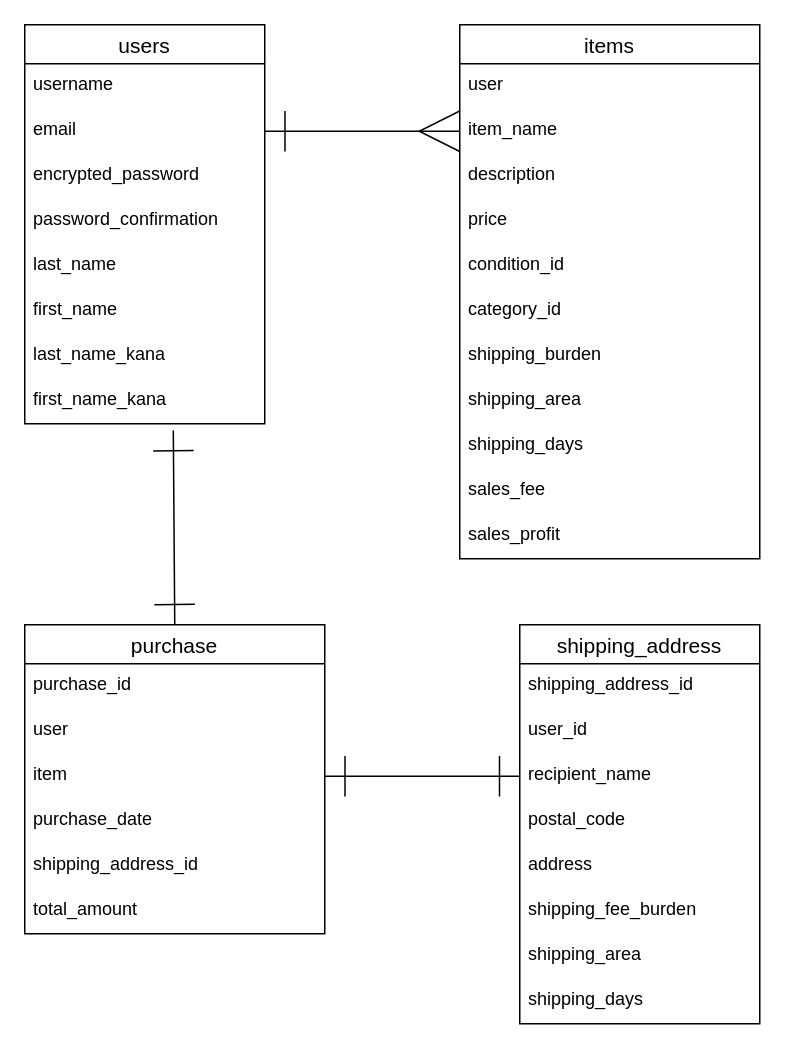
This is test.dio from kny19/furima2-39639, a draw.io file, before an edit. Source tidied: cells renumbered, new cells numbered last; positions are measured from the earlier drawing's top-left corner, leaving out a move shared by most shapes. Both pictures are drawn from the tidied source at 150%, with x=0, y=0 at pixel (24, 24).
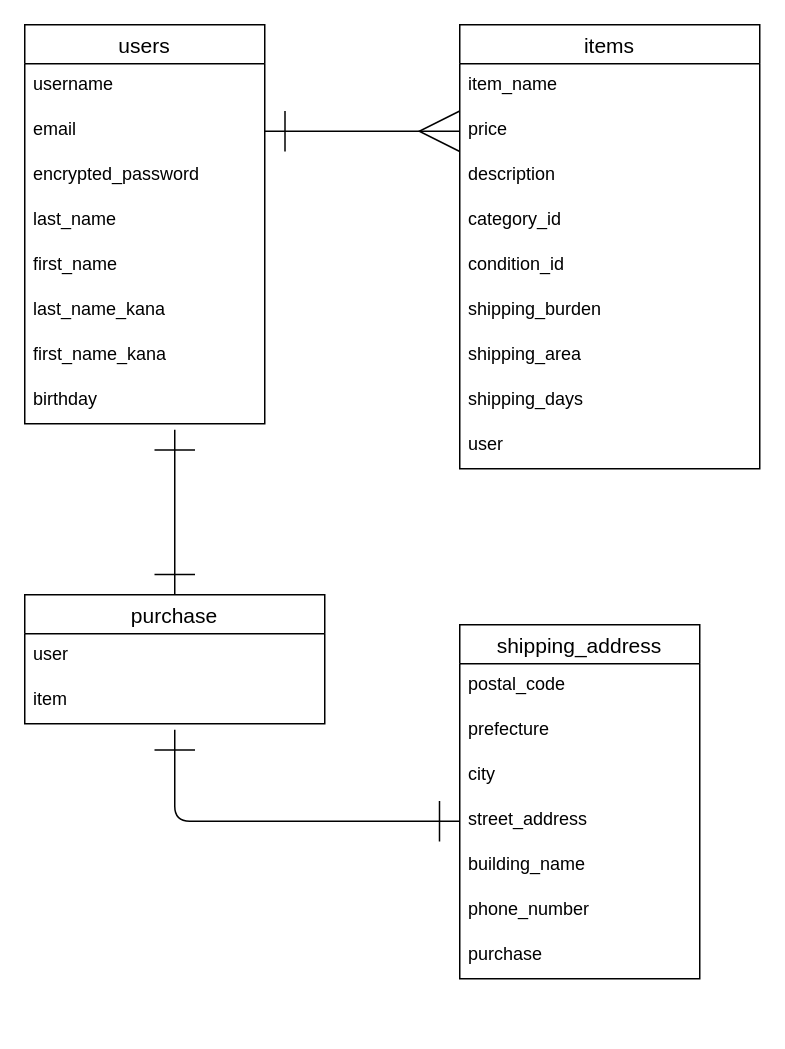
Above is the later version.

The change refers to these unchanged cells:
```xml
<mxCell id="2" value="users" style="swimlane;fontStyle=0;horizontal=1;startSize=26;align=center;fontSize=14;" parent="1" vertex="1">
  <mxGeometry width="160" height="266" as="geometry" />
</mxCell>
```

What changed in the source:
```diff
@@
-    <mxCell id="6" value="password_confirmation" style="text;strokeColor=none;fillColor=none;spacingLeft=4;spacingRight=4;overflow=hidden;fontSize=12;" parent="2" vertex="1">
-      <mxGeometry y="116" width="160" height="30" as="geometry" />
-    </mxCell>
     <mxCell id="7" value="last_name" style="text;strokeColor=none;fillColor=none;spacingLeft=4;spacingRight=4;overflow=hidden;fontSize=12;" parent="2" vertex="1">
-      <mxGeometry y="146" width="160" height="30" as="geometry" />
+      <mxGeometry y="116" width="160" height="30" as="geometry" />
     </mxCell>
     <mxCell id="8" value="first_name" style="text;strokeColor=none;fillColor=none;spacingLeft=4;spacingRight=4;overflow=hidden;fontSize=12;" parent="2" vertex="1">
-      <mxGeometry y="176" width="160" height="30" as="geometry" />
+      <mxGeometry y="146" width="160" height="30" as="geometry" />
     </mxCell>
     <mxCell id="9" value="last_name_kana" style="text;strokeColor=none;fillColor=none;spacingLeft=4;spacingRight=4;overflow=hidden;fontSize=12;" parent="2" vertex="1">
-      <mxGeometry y="206" width="160" height="30" as="geometry" />
+      <mxGeometry y="176" width="160" height="30" as="geometry" />
     </mxCell>
     <mxCell id="10" value="first_name_kana" style="text;strokeColor=none;fillColor=none;spacingLeft=4;spacingRight=4;overflow=hidden;points=[[0,0.5],[1,0.5]];portConstraint=eastwest;fontSize=12;" parent="2" vertex="1">
-      <mxGeometry y="236" width="160" height="30" as="geometry" />
+      <mxGeometry y="206" width="160" height="30" as="geometry" />
     </mxCell>
+    <mxCell id="42" value="birthday" style="text;strokeColor=none;fillColor=none;spacingLeft=4;spacingRight=4;overflow=hidden;fontSize=12;" parent="2" vertex="1">
+      <mxGeometry y="236" width="160" height="30" as="geometry" />
+    </mxCell>
     <mxCell id="11" value="items" style="swimlane;fontStyle=0;horizontal=1;startSize=26;align=center;fontSize=14;" parent="1" vertex="1">
-      <mxGeometry x="290" width="200" height="356" as="geometry" />
+      <mxGeometry x="290" width="200" height="296" as="geometry" />
     </mxCell>
-    <mxCell id="12" value="user" style="text;strokeColor=none;fillColor=none;spacingLeft=4;spacingRight=4;overflow=hidden;fontSize=12;" parent="11" vertex="1">
+    <mxCell id="12" value="item_name" style="text;strokeColor=none;fillColor=none;spacingLeft=4;spacingRight=4;overflow=hidden;fontSize=12;" parent="11" vertex="1">
       <mxGeometry y="26" width="200" height="30" as="geometry" />
     </mxCell>
-    <mxCell id="13" value="item_name" style="text;strokeColor=none;fillColor=none;spacingLeft=4;spacingRight=4;overflow=hidden;points=[[0,0.5],[1,0.5]];portConstraint=eastwest;fontSize=12;" parent="11" vertex="1">
+    <mxCell id="13" value="price" style="text;strokeColor=none;fillColor=none;spacingLeft=4;spacingRight=4;overflow=hidden;points=[[0,0.5],[1,0.5]];portConstraint=eastwest;fontSize=12;" parent="11" vertex="1">
       <mxGeometry y="56" width="200" height="30" as="geometry" />
     </mxCell>
@@
-    <mxCell id="15" value="price" style="text;strokeColor=none;fillColor=none;spacingLeft=4;spacingRight=4;overflow=hidden;fontSize=12;" parent="11" vertex="1">
+    <mxCell id="15" value="category_id" style="text;strokeColor=none;fillColor=none;spacingLeft=4;spacingRight=4;overflow=hidden;fontSize=12;" parent="11" vertex="1">
       <mxGeometry y="116" width="200" height="30" as="geometry" />
     </mxCell>
@@
-    <mxCell id="17" value="category_id" style="text;strokeColor=none;fillColor=none;spacingLeft=4;spacingRight=4;overflow=hidden;fontSize=12;" parent="11" vertex="1">
-      <mxGeometry y="176" width="200" height="30" as="geometry" />
-    </mxCell>
     <mxCell id="18" value="shipping_burden" style="text;strokeColor=none;fillColor=none;spacingLeft=4;spacingRight=4;overflow=hidden;fontSize=12;" parent="11" vertex="1">
-      <mxGeometry y="206" width="200" height="30" as="geometry" />
+      <mxGeometry y="176" width="200" height="30" as="geometry" />
     </mxCell>
     <mxCell id="19" value="shipping_area" style="text;strokeColor=none;fillColor=none;spacingLeft=4;spacingRight=4;overflow=hidden;fontSize=12;" parent="11" vertex="1">
-      <mxGeometry y="236" width="200" height="30" as="geometry" />
+      <mxGeometry y="206" width="200" height="30" as="geometry" />
     </mxCell>
     <mxCell id="20" value="shipping_days" style="text;strokeColor=none;fillColor=none;spacingLeft=4;spacingRight=4;overflow=hidden;fontSize=12;" parent="11" vertex="1">
-      <mxGeometry y="266" width="200" height="30" as="geometry" />
+      <mxGeometry y="236" width="200" height="30" as="geometry" />
     </mxCell>
-    <mxCell id="21" value="sales_fee" style="text;strokeColor=none;fillColor=none;spacingLeft=4;spacingRight=4;overflow=hidden;fontSize=12;" parent="11" vertex="1">
-      <mxGeometry y="296" width="200" height="30" as="geometry" />
+    <mxCell id="21" value="user" style="text;strokeColor=none;fillColor=none;spacingLeft=4;spacingRight=4;overflow=hidden;fontSize=12;" parent="11" vertex="1">
+      <mxGeometry y="266" width="200" height="30" as="geometry" />
     </mxCell>
-    <mxCell id="22" value="sales_profit" style="text;strokeColor=none;fillColor=none;spacingLeft=4;spacingRight=4;overflow=hidden;fontSize=12;" parent="11" vertex="1">
-      <mxGeometry y="326" width="200" height="30" as="geometry" />
-    </mxCell>
     <mxCell id="23" value="shipping_address" style="swimlane;fontStyle=0;horizontal=1;startSize=26;align=center;fontSize=14;" parent="1" vertex="1">
-      <mxGeometry x="330" y="400" width="160" height="266" as="geometry" />
+      <mxGeometry x="290" y="400" width="160" height="236" as="geometry" />
     </mxCell>
-    <mxCell id="24" value="shipping_address_id" style="text;strokeColor=none;fillColor=none;spacingLeft=4;spacingRight=4;overflow=hidden;fontSize=12;" parent="23" vertex="1">
+    <mxCell id="24" value="postal_code" style="text;strokeColor=none;fillColor=none;spacingLeft=4;spacingRight=4;overflow=hidden;fontSize=12;" parent="23" vertex="1">
       <mxGeometry y="26" width="160" height="30" as="geometry" />
     </mxCell>
-    <mxCell id="25" value="user_id" style="text;strokeColor=none;fillColor=none;spacingLeft=4;spacingRight=4;overflow=hidden;fontSize=12;" parent="23" vertex="1">
+    <mxCell id="25" value="prefecture" style="text;strokeColor=none;fillColor=none;spacingLeft=4;spacingRight=4;overflow=hidden;fontSize=12;" parent="23" vertex="1">
       <mxGeometry y="56" width="160" height="30" as="geometry" />
     </mxCell>
-    <mxCell id="26" value="recipient_name" style="text;strokeColor=none;fillColor=none;spacingLeft=4;spacingRight=4;overflow=hidden;points=[[0,0.5],[1,0.5]];portConstraint=eastwest;fontSize=12;" parent="23" vertex="1">
+    <mxCell id="26" value="city" style="text;strokeColor=none;fillColor=none;spacingLeft=4;spacingRight=4;overflow=hidden;points=[[0,0.5],[1,0.5]];portConstraint=eastwest;fontSize=12;" parent="23" vertex="1">
       <mxGeometry y="86" width="160" height="30" as="geometry" />
     </mxCell>
-    <mxCell id="27" value="postal_code" style="text;strokeColor=none;fillColor=none;spacingLeft=4;spacingRight=4;overflow=hidden;points=[[0,0.5],[1,0.5]];portConstraint=eastwest;fontSize=12;" parent="23" vertex="1">
+    <mxCell id="27" value="street_address" style="text;strokeColor=none;fillColor=none;spacingLeft=4;spacingRight=4;overflow=hidden;points=[[0,0.5],[1,0.5]];portConstraint=eastwest;fontSize=12;" parent="23" vertex="1">
       <mxGeometry y="116" width="160" height="30" as="geometry" />
     </mxCell>
-    <mxCell id="28" value="address" style="text;strokeColor=none;fillColor=none;spacingLeft=4;spacingRight=4;overflow=hidden;fontSize=12;" parent="23" vertex="1">
+    <mxCell id="28" value="building_name" style="text;strokeColor=none;fillColor=none;spacingLeft=4;spacingRight=4;overflow=hidden;fontSize=12;" parent="23" vertex="1">
       <mxGeometry y="146" width="160" height="30" as="geometry" />
     </mxCell>
-    <mxCell id="29" value="shipping_fee_burden" style="text;strokeColor=none;fillColor=none;spacingLeft=4;spacingRight=4;overflow=hidden;fontSize=12;" parent="23" vertex="1">
+    <mxCell id="29" value="phone_number" style="text;strokeColor=none;fillColor=none;spacingLeft=4;spacingRight=4;overflow=hidden;fontSize=12;" parent="23" vertex="1">
       <mxGeometry y="176" width="160" height="30" as="geometry" />
     </mxCell>
-    <mxCell id="30" value="shipping_area" style="text;strokeColor=none;fillColor=none;spacingLeft=4;spacingRight=4;overflow=hidden;fontSize=12;" parent="23" vertex="1">
+    <mxCell id="30" value="purchase" style="text;strokeColor=none;fillColor=none;spacingLeft=4;spacingRight=4;overflow=hidden;fontSize=12;" parent="23" vertex="1">
       <mxGeometry y="206" width="160" height="30" as="geometry" />
     </mxCell>
-    <mxCell id="31" value="shipping_days" style="text;strokeColor=none;fillColor=none;spacingLeft=4;spacingRight=4;overflow=hidden;fontSize=12;" parent="23" vertex="1">
-      <mxGeometry y="236" width="160" height="30" as="geometry" />
-    </mxCell>
-    <mxCell id="32" style="edgeStyle=none;html=1;exitX=0.5;exitY=0;exitDx=0;exitDy=0;entryX=0.619;entryY=1.15;entryDx=0;entryDy=0;entryPerimeter=0;startArrow=ERone;startFill=0;endArrow=ERone;endFill=0;startSize=25;endSize=25;targetPerimeterSpacing=21;" parent="1" edge="1" source="33" target="10">
-      <mxGeometry relative="1" as="geometry" />
-    </mxCell>
+    <mxCell id="43" style="edgeStyle=none;html=1;exitX=0.5;exitY=0;exitDx=0;exitDy=0;startArrow=ERone;startFill=0;endArrow=ERone;endFill=0;startSize=25;endSize=25;targetPerimeterSpacing=21;" parent="1" edge="1" source="33">
+      <mxGeometry relative="1" as="geometry">
+        <mxPoint x="100" y="270" as="targetPoint" />
+      </mxGeometry>
+    </mxCell>
     <mxCell id="33" value="purchase" style="swimlane;fontStyle=0;horizontal=1;startSize=26;align=center;fontSize=14;" parent="1" vertex="1">
-      <mxGeometry y="400" width="200" height="206" as="geometry" />
+      <mxGeometry y="380" width="200" height="86" as="geometry" />
     </mxCell>
-    <mxCell id="34" value="purchase_id" style="text;strokeColor=none;fillColor=none;spacingLeft=4;spacingRight=4;overflow=hidden;fontSize=12;" parent="33" vertex="1">
-      <mxGeometry y="26" width="200" height="30" as="geometry" />
-    </mxCell>
     <mxCell id="35" value="user" style="text;strokeColor=none;fillColor=none;spacingLeft=4;spacingRight=4;overflow=hidden;fontSize=12;" parent="33" vertex="1">
-      <mxGeometry y="56" width="200" height="30" as="geometry" />
+      <mxGeometry y="26" width="200" height="30" as="geometry" />
     </mxCell>
     <mxCell id="36" value="item" style="text;strokeColor=none;fillColor=none;spacingLeft=4;spacingRight=4;overflow=hidden;points=[[0,0.5],[1,0.5]];portConstraint=eastwest;fontSize=12;" parent="33" vertex="1">
-      <mxGeometry y="86" width="200" height="30" as="geometry" />
+      <mxGeometry y="56" width="200" height="30" as="geometry" />
     </mxCell>
-    <mxCell id="37" value="purchase_date" style="text;strokeColor=none;fillColor=none;spacingLeft=4;spacingRight=4;overflow=hidden;fontSize=12;" parent="33" vertex="1">
-      <mxGeometry y="116" width="200" height="30" as="geometry" />
-    </mxCell>
-    <mxCell id="38" value="shipping_address_id" style="text;strokeColor=none;fillColor=none;spacingLeft=4;spacingRight=4;overflow=hidden;fontSize=12;" parent="33" vertex="1">
-      <mxGeometry y="146" width="200" height="30" as="geometry" />
-    </mxCell>
-    <mxCell id="39" value="total_amount" style="text;strokeColor=none;fillColor=none;spacingLeft=4;spacingRight=4;overflow=hidden;fontSize=12;" parent="33" vertex="1">
-      <mxGeometry y="176" width="200" height="30" as="geometry" />
-    </mxCell>
@@
-    <mxCell id="41" style="edgeStyle=none;html=1;exitX=1;exitY=0.5;exitDx=0;exitDy=0;entryX=0;entryY=0.5;entryDx=0;entryDy=0;startArrow=ERone;startFill=0;endArrow=ERone;endFill=0;startSize=25;endSize=25;targetPerimeterSpacing=21;" parent="1" edge="1" source="36" target="26">
-      <mxGeometry relative="1" as="geometry" />
-    </mxCell>
+    <mxCell id="44" style="edgeStyle=none;html=1;exitX=0;exitY=0.5;exitDx=0;exitDy=0;startArrow=ERone;startFill=0;endArrow=ERone;endFill=0;startSize=25;endSize=25;targetPerimeterSpacing=21;" parent="1" edge="1" source="27">
+      <mxGeometry relative="1" as="geometry">
+        <mxPoint x="100" y="470" as="targetPoint" />
+        <Array as="points">
+          <mxPoint x="100" y="531" />
+        </Array>
+      </mxGeometry>
+    </mxCell>
```
